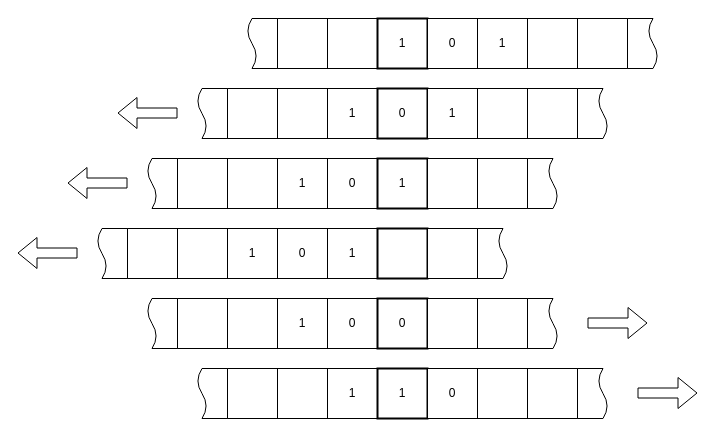
Before: docs/assets/images/turing-animation.drawio in heig-tin-info/handbook, a draw.io diagram. Source tidied: cells renumbered, new cells numbered last; positions are measured from the earlier drawing's top-left corner, leaving out a move shared by most shapes. Both pictures are drawn from the tidied source at 100%, with x=0, y=0 at pixel (17, 18).
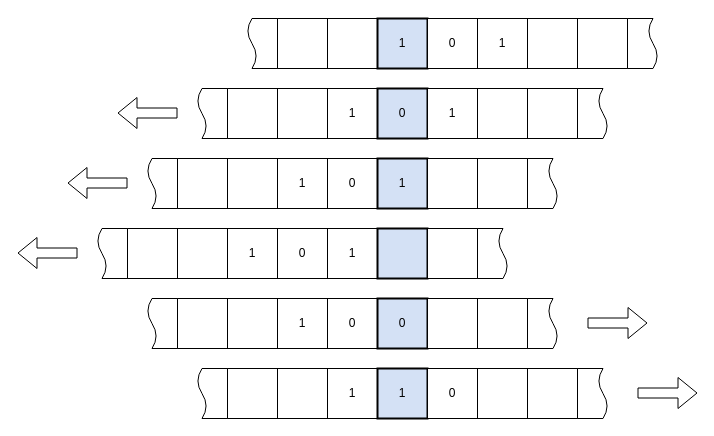
After the change.

Change to the diagram source:
```diff
@@
-    <mxCell id="4" value="1" style="whiteSpace=wrap;html=1;strokeWidth=2;" parent="1" vertex="1">
+    <mxCell id="4" value="1" style="whiteSpace=wrap;html=1;strokeWidth=2;fillColor=#D4E1F5;" parent="1" vertex="1">
       <mxGeometry x="360" width="50" height="50" as="geometry" />
     </mxCell>
@@
-    <mxCell id="14" value="0" style="whiteSpace=wrap;html=1;strokeWidth=2;" parent="1" vertex="1">
+    <mxCell id="14" value="0" style="whiteSpace=wrap;html=1;strokeWidth=2;fillColor=#D4E1F5;" parent="1" vertex="1">
       <mxGeometry x="360" y="70" width="50" height="50" as="geometry" />
     </mxCell>
@@
-    <mxCell id="24" value="1" style="whiteSpace=wrap;html=1;strokeWidth=2;" parent="1" vertex="1">
+    <mxCell id="24" value="1" style="whiteSpace=wrap;html=1;strokeWidth=2;fillColor=#D4E1F5;" parent="1" vertex="1">
       <mxGeometry x="360" y="140" width="50" height="50" as="geometry" />
     </mxCell>
@@
-    <mxCell id="34" style="whiteSpace=wrap;html=1;strokeWidth=2;" parent="1" vertex="1">
+    <mxCell id="34" style="whiteSpace=wrap;html=1;strokeWidth=2;fillColor=#D4E1F5;" parent="1" vertex="1">
       <mxGeometry x="360" y="210" width="50" height="50" as="geometry" />
     </mxCell>
@@
-    <mxCell id="42" value="0" style="whiteSpace=wrap;html=1;strokeWidth=2;" parent="1" vertex="1">
+    <mxCell id="42" value="0" style="whiteSpace=wrap;html=1;strokeWidth=2;fillColor=#D4E1F5;" parent="1" vertex="1">
       <mxGeometry x="360" y="280" width="50" height="50" as="geometry" />
     </mxCell>
@@
-    <mxCell id="50" value="1" style="whiteSpace=wrap;html=1;strokeWidth=2;" parent="1" vertex="1">
+    <mxCell id="50" value="1" style="whiteSpace=wrap;html=1;strokeWidth=2;fillColor=#D4E1F5;" parent="1" vertex="1">
       <mxGeometry x="360" y="350" width="50" height="50" as="geometry" />
     </mxCell>
```
